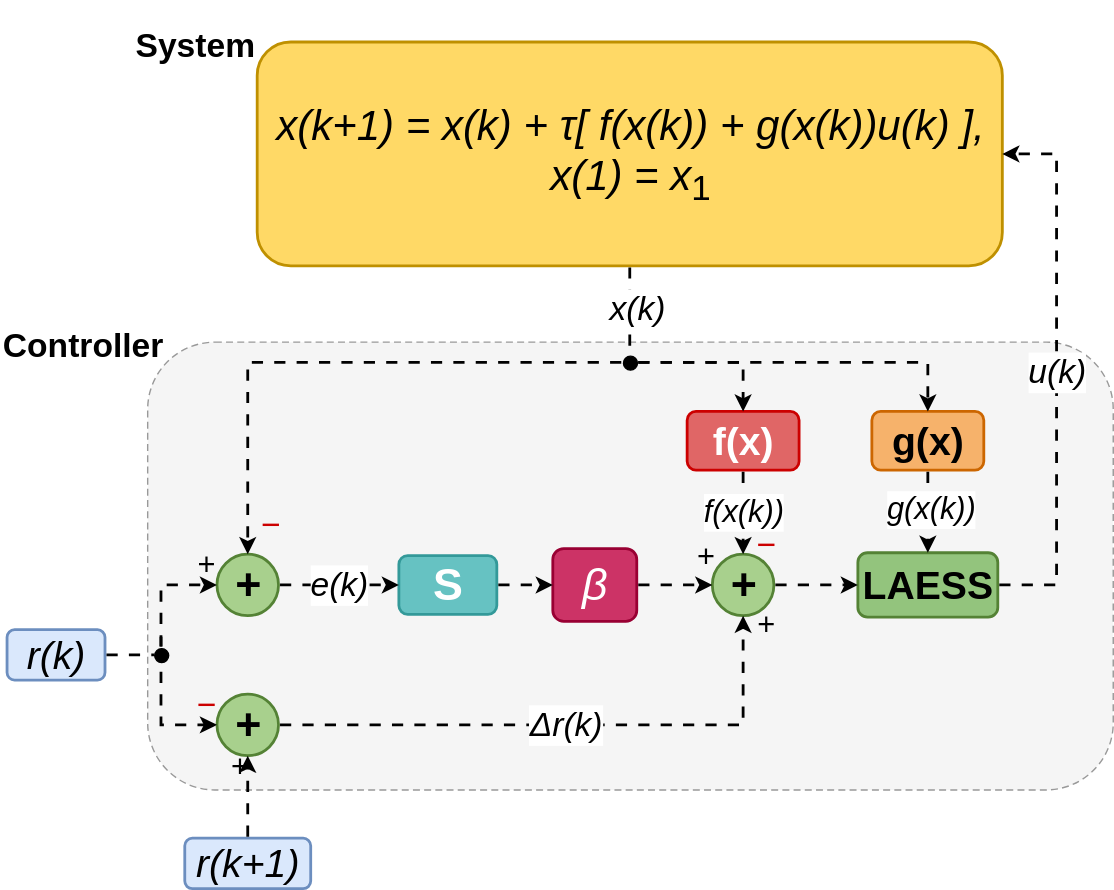
ablassejr/tracking-control-network keeps this draw.io diagram as research-vault/Research Journal/Paper/figures/images/clean-system.svg. Above is the earlier version. Source tidied: cells renumbered, new cells last; positions are measured from the earlier drawing's top-left corner, leaving out a move shared by most shapes.
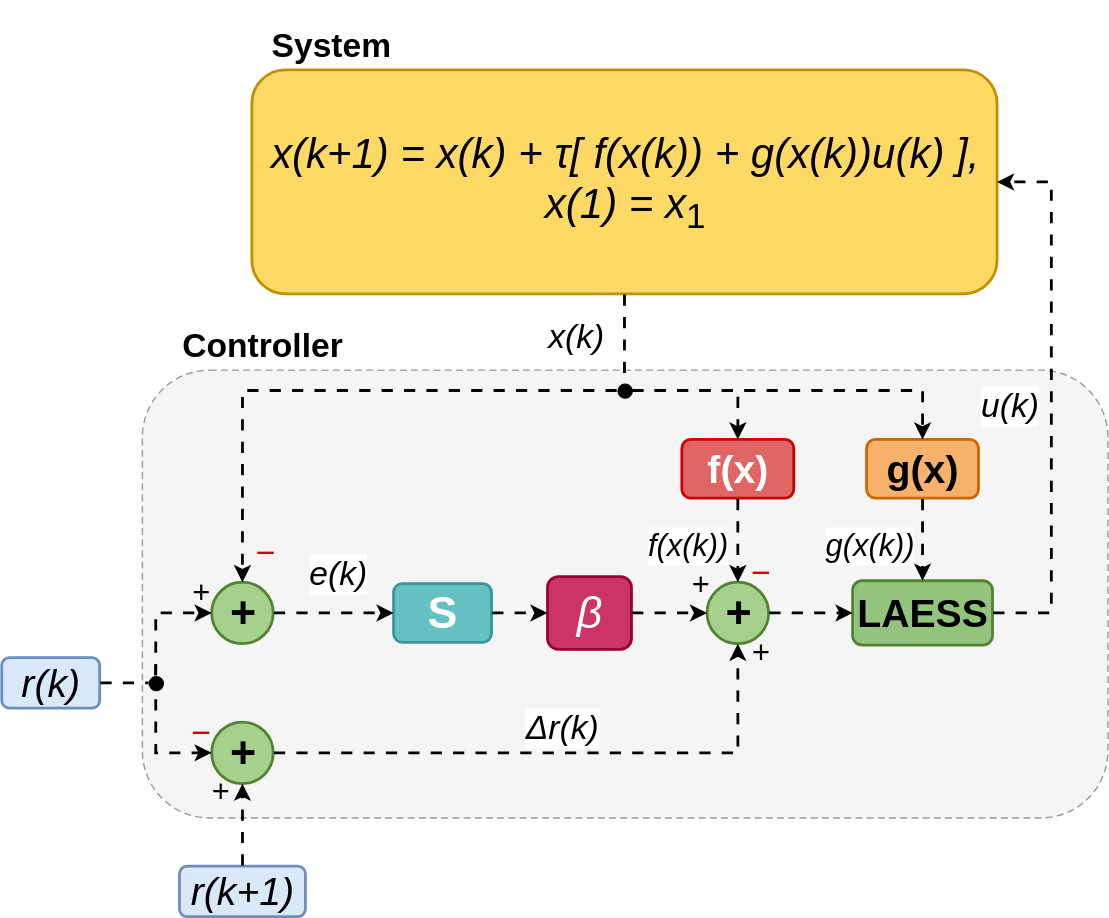
The same diagram one commit later.

What changed in the source:
```diff
@@ -6,13 +6,13 @@
       <mxGeometry x="105" y="244" width="690" height="320" as="geometry" />
     </mxCell>
     <mxCell id="3" value="&lt;b&gt;Controller&lt;/b&gt;" style="text;html=1;align=left;verticalAlign=bottom;fontFamily=Helvetica;fontSize=24;rounded=1;" parent="1" vertex="1">
-      <mxGeometry y="240" width="120" height="24" as="geometry" />
+      <mxGeometry x="132" y="220" width="120" height="24" as="geometry" />
     </mxCell>
     <mxCell id="4" value="&lt;i style=&quot;line-height:100%;&quot;&gt;x(k+1) = x(k) + τ[ f(x(k)) + g(x(k))u(k) ],&lt;/i&gt;&lt;br/&gt;&lt;i&gt;x(1) = x&lt;/i&gt;&lt;sub&gt;1&lt;/sub&gt;" style="rounded=1;whiteSpace=wrap;html=1;fontFamily=Helvetica;fontSize=30;strokeWidth=2;fillColor=#FFD966;strokeColor=#BF9000;" parent="1" vertex="1">
       <mxGeometry x="183.8" y="30" width="532.5" height="160" as="geometry" />
     </mxCell>
-    <mxCell id="5" value="&lt;b&gt;&lt;font style=&quot;font-size: 24px;&quot;&gt;System&lt;/font&gt;&lt;/b&gt;" style="text;html=1;align=center;verticalAlign=top;fontFamily=Helvetica;fontSize=36;rounded=1;" parent="1" vertex="1">
-      <mxGeometry x="79" width="120" height="26" as="geometry" />
+    <mxCell id="5" value="&lt;b&gt;&lt;font style=&quot;font-size: 24px;&quot;&gt;System&lt;/font&gt;&lt;/b&gt;" style="text;html=1;align=center;verticalAlign=top;fontFamily=Helvetica;fontSize=36;rounded=1;arcSize=50;" parent="1" vertex="1">
+      <mxGeometry x="195" y="-20" width="90" height="16" as="geometry" />
     </mxCell>
     <mxCell id="6" style="ellipse;fillColor=#000000;strokeColor=#000000;strokeWidth=1;html=1;" parent="1" vertex="1">
       <mxGeometry x="445" y="254" width="10" height="10" as="geometry" />
@@ -60,12 +60,10 @@
       <mxGeometry x="141" y="498" width="12" height="12" as="geometry" />
     </mxCell>
     <mxCell id="21" value="+" style="text;html=1;align=center;verticalAlign=middle;fontFamily=Helvetica;rounded=1;fontSize=22;" parent="1" vertex="1">
-      <mxGeometry x="165" y="542" width="12" height="12" as="geometry" />
+      <mxGeometry x="155" y="540" width="12" height="12" as="geometry" />
     </mxCell>
     <mxCell id="22" value="&lt;i&gt;&lt;font style=&quot;font-size: 24px;&quot;&gt;x(k)&lt;/font&gt;&lt;/i&gt;" style="edgeStyle=orthogonalEdgeStyle;rounded=0;html=1;strokeWidth=2;flowAnimation=1;endArrow=none;endFill=0;exitX=0.5;exitY=1;exitDx=0;exitDy=0;strokeColor=#000000;" parent="1" edge="1" source="4" target="6">
-      <mxGeometry x="-0.06" y="5" relative="1" as="geometry">
-        <mxPoint y="1" as="offset" />
-      </mxGeometry>
+      <mxGeometry x="-0.06" y="-35" relative="1" as="geometry" />
     </mxCell>
     <mxCell id="23" style="edgeStyle=orthogonalEdgeStyle;rounded=0;html=1;strokeWidth=2;flowAnimation=1;endArrow=classic;endFill=1;entryX=0.5;entryY=0;entryDx=0;entryDy=0;fontFamily=Helvetica;fontSize=24;strokeColor=#000000;" parent="1" edge="1" source="6" target="7">
       <mxGeometry relative="1" as="geometry">
@@ -89,7 +87,7 @@
       </mxGeometry>
     </mxCell>
     <mxCell id="26" value="&lt;i&gt;e(k)&lt;/i&gt;" style="edgeStyle=orthogonalEdgeStyle;rounded=1;html=1;strokeWidth=2;flowAnimation=1;endArrow=classic;endFill=1;exitX=1;exitY=0.5;entryX=0;entryY=0.5;fontFamily=Helvetica;fontSize=24;" parent="1" edge="1" source="7" target="8">
-      <mxGeometry relative="1" as="geometry" />
+      <mxGeometry x="0.07" y="28" relative="1" as="geometry" />
     </mxCell>
     <mxCell id="27" style="edgeStyle=orthogonalEdgeStyle;rounded=1;html=1;strokeWidth=2;flowAnimation=1;endArrow=classic;endFill=1;exitX=1;exitY=0.5;entryX=0;entryY=0.5;" parent="1" edge="1" source="8" target="9">
       <mxGeometry relative="1" as="geometry" />
@@ -98,16 +96,16 @@
       <mxGeometry relative="1" as="geometry" />
     </mxCell>
     <mxCell id="29" value="&lt;i&gt;f(x(k))&lt;/i&gt;" style="edgeStyle=orthogonalEdgeStyle;rounded=0;html=1;strokeWidth=2;flowAnimation=1;endArrow=classic;endFill=1;exitX=0.5;exitY=1;exitDx=0;exitDy=0;entryX=0.5;entryY=0;entryDx=0;entryDy=0;fontFamily=Helvetica;fontSize=22;" parent="1" edge="1" source="12" target="10">
-      <mxGeometry relative="1" as="geometry" />
+      <mxGeometry x="0.13" y="-36" relative="1" as="geometry" />
     </mxCell>
     <mxCell id="30" value="&lt;i&gt;g(x(k))&lt;/i&gt;" style="edgeStyle=orthogonalEdgeStyle;rounded=0;html=1;strokeWidth=2;flowAnimation=1;endArrow=classic;endFill=1;exitX=0.5;exitY=1;exitDx=0;exitDy=0;entryX=0.5;entryY=0;entryDx=0;entryDy=0;fontFamily=Helvetica;fontSize=22;" parent="1" edge="1" source="13" target="11">
-      <mxGeometry x="-0.05" y="2" relative="1" as="geometry" />
+      <mxGeometry x="0.15" y="-38" relative="1" as="geometry" />
     </mxCell>
     <mxCell id="31" style="edgeStyle=orthogonalEdgeStyle;rounded=1;html=1;strokeWidth=2;flowAnimation=1;endArrow=classic;endFill=1;exitX=1;exitY=0.5;entryX=0;entryY=0.5;" parent="1" edge="1" source="10" target="11">
       <mxGeometry relative="1" as="geometry" />
     </mxCell>
     <mxCell id="32" value="&lt;i&gt;u(k)&lt;/i&gt;" style="edgeStyle=orthogonalEdgeStyle;rounded=0;html=1;strokeWidth=2;flowAnimation=1;endArrow=classic;endFill=1;exitX=1;exitY=0.5;exitDx=0;exitDy=0;entryX=1;entryY=0.5;entryDx=0;entryDy=0;fontFamily=Helvetica;fontSize=24;strokeColor=#000000;" parent="1" edge="1" source="11" target="4">
-      <mxGeometry relative="1" as="geometry">
+      <mxGeometry x="-0.02" y="30" relative="1" as="geometry">
         <Array as="points">
           <mxPoint x="755" y="418" />
           <mxPoint x="755" y="110" />
@@ -138,7 +136,7 @@
       </mxGeometry>
     </mxCell>
     <mxCell id="36" value="&lt;i&gt;&amp;#x0394;r(k)&lt;/i&gt;" style="edgeStyle=orthogonalEdgeStyle;rounded=0;html=1;strokeWidth=2;flowAnimation=1;endArrow=classic;endFill=1;exitX=1;exitY=0.5;exitDx=0;exitDy=0;entryX=0.5;entryY=1;entryDx=0;entryDy=0;fontFamily=Helvetica;fontSize=24;" parent="1" edge="1" source="14" target="10">
-      <mxGeometry relative="1" as="geometry">
+      <mxGeometry y="18" relative="1" as="geometry">
         <Array as="points">
           <mxPoint x="531" y="518" />
         </Array>
```
